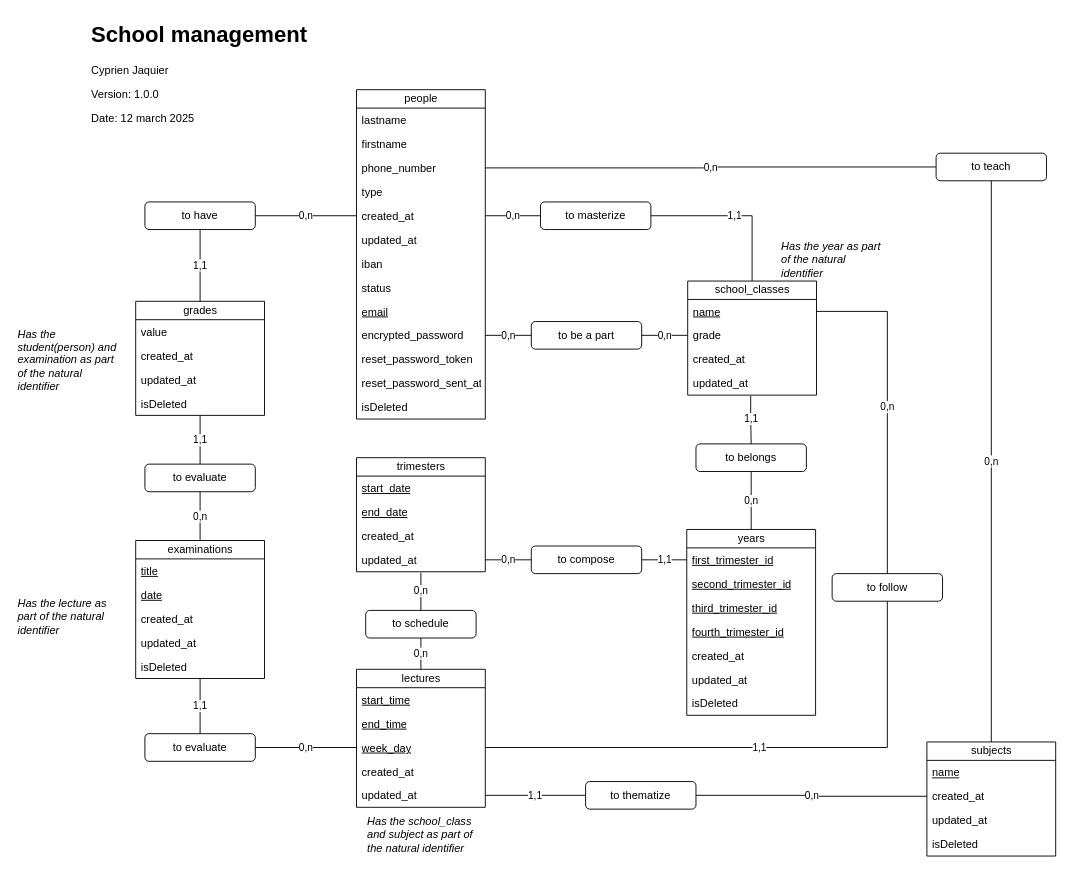
Earlier version of the draw.io diagram doc/CURRENT_DB/MCD.drawio (Cyprien-png/ROR-School-management). Source tidied: cells renumbered, new cells numbered last; positions are measured from the earlier drawing's top-left corner, leaving out a move shared by most shapes. Both pictures are drawn from the tidied source at 92%, with x=0, y=0 at pixel (16, 16).
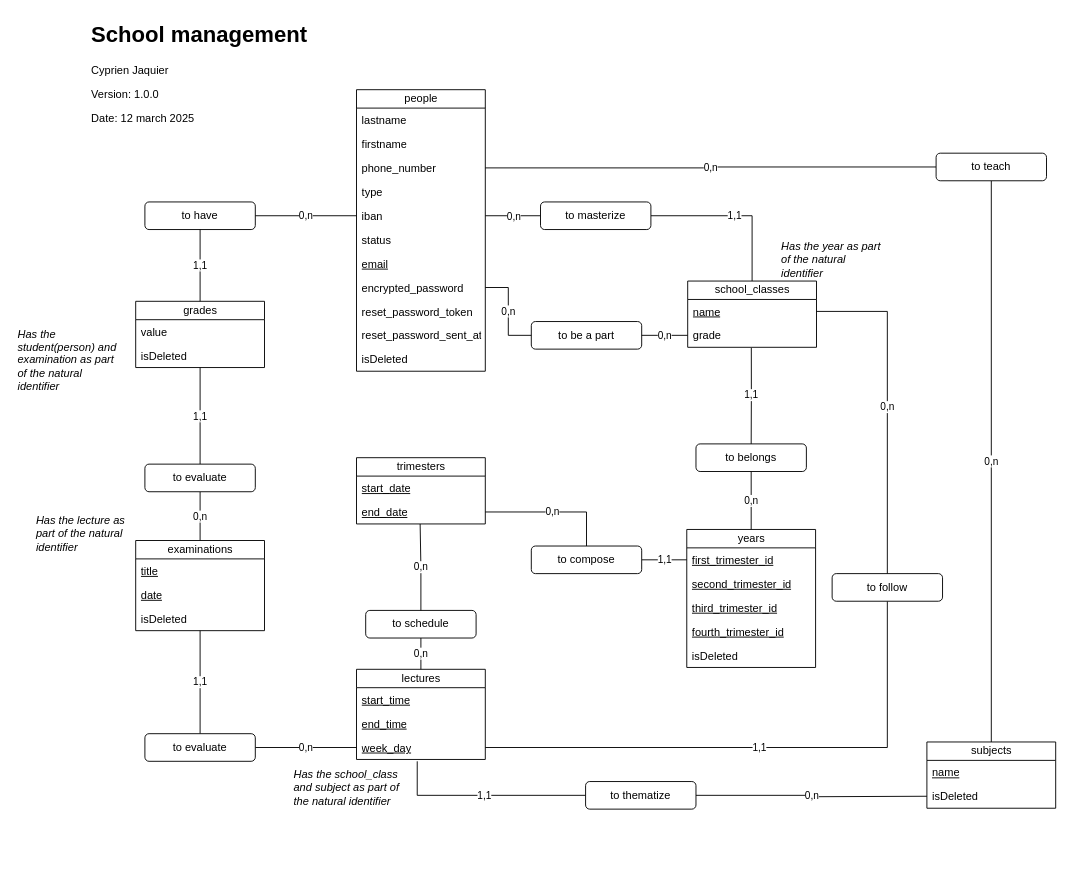
After the change.

Commit message (it also covers changes not shown here):
docs: remove 'created at' and 'updated at' from MCD since it's a business oriented conceptual model

The change refers to these unchanged cells:
```xml
<mxCell id="37" value="grade" style="text;strokeColor=none;fillColor=none;align=left;verticalAlign=top;spacingLeft=4;spacingRight=4;overflow=hidden;points=[[0,0.5],[1,0.5]];portConstraint=eastwest;whiteSpace=wrap;html=1;" parent="35" vertex="1">
  <mxGeometry y="46" width="140" height="26" as="geometry" />
</mxCell>
<mxCell id="47" value="end_date" style="text;strokeColor=none;fillColor=none;align=left;verticalAlign=top;spacingLeft=4;spacingRight=4;overflow=hidden;points=[[0,0.5],[1,0.5]];portConstraint=eastwest;whiteSpace=wrap;html=1;fontStyle=4;" parent="45" vertex="1">
  <mxGeometry y="46" width="140" height="26" as="geometry" />
</mxCell>
<mxCell id="60" value="to masterize" style="rounded=1;whiteSpace=wrap;html=1;" parent="1" vertex="1">
  <mxGeometry x="570" y="202" width="120" height="30" as="geometry" />
</mxCell>
<mxCell id="64" value="to belongs" style="rounded=1;whiteSpace=wrap;html=1;" parent="1" vertex="1">
  <mxGeometry x="739" y="465" width="120" height="30" as="geometry" />
</mxCell>
<mxCell id="67" value="to have" style="rounded=1;whiteSpace=wrap;html=1;" parent="1" vertex="1">
  <mxGeometry x="140" y="202" width="120" height="30" as="geometry" />
</mxCell>
<mxCell id="76" value="to thematize" style="rounded=1;whiteSpace=wrap;html=1;" parent="1" vertex="1">
  <mxGeometry x="619" y="832" width="120" height="30" as="geometry" />
</mxCell>
<mxCell id="81" value="to schedule" style="rounded=1;whiteSpace=wrap;html=1;" parent="1" vertex="1">
  <mxGeometry x="380" y="646" width="120" height="30" as="geometry" />
</mxCell>
<mxCell id="85" value="to compose" style="rounded=1;whiteSpace=wrap;html=1;" parent="1" vertex="1">
  <mxGeometry x="560" y="576" width="120" height="30" as="geometry" />
</mxCell>
```

Change to the diagram source:
```diff
@@
     <mxCell id="2" value="people" style="swimlane;fontStyle=0;horizontal=1;startSize=20;fillColor=none;html=1;" parent="1" vertex="1">
-      <mxGeometry x="370" y="80" width="140" height="358" as="geometry" />
+      <mxGeometry x="370" y="80" width="140" height="306" as="geometry" />
     </mxCell>
@@
-    <mxCell id="7" value="created_at" style="text;strokeColor=none;fillColor=none;align=left;verticalAlign=top;spacingLeft=4;spacingRight=4;overflow=hidden;points=[[0,0.5],[1,0.5]];portConstraint=eastwest;whiteSpace=wrap;html=1;" parent="2" vertex="1">
-      <mxGeometry y="124" width="140" height="26" as="geometry" />
-    </mxCell>
-    <mxCell id="8" value="updated_at" style="text;strokeColor=none;fillColor=none;align=left;verticalAlign=top;spacingLeft=4;spacingRight=4;overflow=hidden;whiteSpace=wrap;html=1;" parent="2" vertex="1">
-      <mxGeometry y="150" width="140" height="26" as="geometry" />
-    </mxCell>
     <mxCell id="9" value="iban" style="text;strokeColor=none;fillColor=none;align=left;verticalAlign=top;spacingLeft=4;spacingRight=4;overflow=hidden;whiteSpace=wrap;html=1;" parent="2" vertex="1">
-      <mxGeometry y="176" width="140" height="26" as="geometry" />
+      <mxGeometry y="124" width="140" height="26" as="geometry" />
     </mxCell>
     <mxCell id="10" value="status" style="text;strokeColor=none;fillColor=none;align=left;verticalAlign=top;spacingLeft=4;spacingRight=4;overflow=hidden;whiteSpace=wrap;html=1;" parent="2" vertex="1">
-      <mxGeometry y="202" width="140" height="26" as="geometry" />
+      <mxGeometry y="150" width="140" height="26" as="geometry" />
     </mxCell>
     <mxCell id="11" value="email" style="text;strokeColor=none;fillColor=none;align=left;verticalAlign=top;spacingLeft=4;spacingRight=4;overflow=hidden;whiteSpace=wrap;html=1;fontStyle=4;" parent="2" vertex="1">
-      <mxGeometry y="228" width="140" height="26" as="geometry" />
+      <mxGeometry y="176" width="140" height="26" as="geometry" />
     </mxCell>
     <mxCell id="12" value="encrypted_password" style="text;strokeColor=none;fillColor=none;align=left;verticalAlign=top;spacingLeft=4;spacingRight=4;overflow=hidden;points=[[0,0.5],[1,0.5]];portConstraint=eastwest;whiteSpace=wrap;html=1;" parent="2" vertex="1">
-      <mxGeometry y="254" width="140" height="26" as="geometry" />
+      <mxGeometry y="202" width="140" height="26" as="geometry" />
     </mxCell>
     <mxCell id="13" value="reset_password_token" style="text;strokeColor=none;fillColor=none;align=left;verticalAlign=top;spacingLeft=4;spacingRight=4;overflow=hidden;whiteSpace=wrap;html=1;" parent="2" vertex="1">
-      <mxGeometry y="280" width="140" height="26" as="geometry" />
+      <mxGeometry y="228" width="140" height="26" as="geometry" />
     </mxCell>
     <mxCell id="14" value="reset_password_sent_at" style="text;strokeColor=none;fillColor=none;align=left;verticalAlign=top;spacingLeft=4;spacingRight=4;overflow=hidden;whiteSpace=wrap;html=1;" parent="2" vertex="1">
-      <mxGeometry y="306" width="140" height="26" as="geometry" />
+      <mxGeometry y="254" width="140" height="26" as="geometry" />
     </mxCell>
     <mxCell id="15" value="isDeleted" style="text;strokeColor=none;fillColor=none;align=left;verticalAlign=top;spacingLeft=4;spacingRight=4;overflow=hidden;whiteSpace=wrap;html=1;" parent="2" vertex="1">
-      <mxGeometry y="332" width="140" height="26" as="geometry" />
+      <mxGeometry y="280" width="140" height="26" as="geometry" />
     </mxCell>
@@
     <mxCell id="17" value="examinations" style="swimlane;fontStyle=0;horizontal=1;startSize=20;fillColor=none;html=1;" parent="1" vertex="1">
-      <mxGeometry x="130" y="570" width="140" height="150" as="geometry" />
+      <mxGeometry x="130" y="570" width="140" height="98" as="geometry" />
     </mxCell>
@@
-    <mxCell id="20" value="created_at" style="text;strokeColor=none;fillColor=none;align=left;verticalAlign=top;spacingLeft=4;spacingRight=4;overflow=hidden;whiteSpace=wrap;html=1;" parent="17" vertex="1">
-      <mxGeometry y="72" width="140" height="26" as="geometry" />
-    </mxCell>
-    <mxCell id="21" value="updated_at" style="text;strokeColor=none;fillColor=none;align=left;verticalAlign=top;spacingLeft=4;spacingRight=4;overflow=hidden;whiteSpace=wrap;html=1;" parent="17" vertex="1">
-      <mxGeometry y="98" width="140" height="26" as="geometry" />
-    </mxCell>
     <mxCell id="22" value="isDeleted" style="text;strokeColor=none;fillColor=none;align=left;verticalAlign=top;spacingLeft=4;spacingRight=4;overflow=hidden;whiteSpace=wrap;html=1;" parent="17" vertex="1">
-      <mxGeometry y="124" width="140" height="26" as="geometry" />
+      <mxGeometry y="72" width="140" height="26" as="geometry" />
     </mxCell>
@@
     <mxCell id="24" value="grades" style="swimlane;fontStyle=0;horizontal=1;startSize=20;fillColor=none;html=1;" parent="1" vertex="1">
-      <mxGeometry x="130" y="310" width="140" height="124" as="geometry" />
+      <mxGeometry x="130" y="310" width="140" height="72" as="geometry" />
     </mxCell>
@@
-    <mxCell id="26" value="created_at" style="text;strokeColor=none;fillColor=none;align=left;verticalAlign=top;spacingLeft=4;spacingRight=4;overflow=hidden;whiteSpace=wrap;html=1;" parent="24" vertex="1">
-      <mxGeometry y="46" width="140" height="26" as="geometry" />
-    </mxCell>
-    <mxCell id="27" value="updated_at" style="text;strokeColor=none;fillColor=none;align=left;verticalAlign=top;spacingLeft=4;spacingRight=4;overflow=hidden;whiteSpace=wrap;html=1;" parent="24" vertex="1">
-      <mxGeometry y="72" width="140" height="26" as="geometry" />
-    </mxCell>
     <mxCell id="28" value="isDeleted" style="text;strokeColor=none;fillColor=none;align=left;verticalAlign=top;spacingLeft=4;spacingRight=4;overflow=hidden;whiteSpace=wrap;html=1;" parent="24" vertex="1">
-      <mxGeometry y="98" width="140" height="26" as="geometry" />
+      <mxGeometry y="46" width="140" height="26" as="geometry" />
     </mxCell>
     <mxCell id="29" value="lectures" style="swimlane;fontStyle=0;horizontal=1;startSize=20;fillColor=none;html=1;" parent="1" vertex="1">
-      <mxGeometry x="370" y="710" width="140" height="150" as="geometry" />
+      <mxGeometry x="370" y="710" width="140" height="98" as="geometry" />
     </mxCell>
@@
-    <mxCell id="33" value="created_at" style="text;strokeColor=none;fillColor=none;align=left;verticalAlign=top;spacingLeft=4;spacingRight=4;overflow=hidden;whiteSpace=wrap;html=1;" parent="29" vertex="1">
-      <mxGeometry y="98" width="140" height="26" as="geometry" />
-    </mxCell>
-    <mxCell id="34" value="updated_at" style="text;strokeColor=none;fillColor=none;align=left;verticalAlign=top;spacingLeft=4;spacingRight=4;overflow=hidden;points=[[0,0.5],[1,0.5]];portConstraint=eastwest;whiteSpace=wrap;html=1;" parent="29" vertex="1">
-      <mxGeometry y="124" width="140" height="26" as="geometry" />
-    </mxCell>
     <mxCell id="35" value="school_classes" style="swimlane;fontStyle=0;horizontal=1;startSize=20;fillColor=none;html=1;" parent="1" vertex="1">
-      <mxGeometry x="730" y="288" width="140" height="124" as="geometry" />
+      <mxGeometry x="730" y="288" width="140" height="72" as="geometry" />
     </mxCell>
@@
-    <mxCell id="38" value="created_at" style="text;strokeColor=none;fillColor=none;align=left;verticalAlign=top;spacingLeft=4;spacingRight=4;overflow=hidden;whiteSpace=wrap;html=1;" parent="35" vertex="1">
-      <mxGeometry y="72" width="140" height="26" as="geometry" />
-    </mxCell>
-    <mxCell id="39" value="updated_at" style="text;strokeColor=none;fillColor=none;align=left;verticalAlign=top;spacingLeft=4;spacingRight=4;overflow=hidden;points=[[0,0.5],[1,0.5]];portConstraint=eastwest;whiteSpace=wrap;html=1;" parent="35" vertex="1">
-      <mxGeometry y="98" width="140" height="26" as="geometry" />
-    </mxCell>
     <mxCell id="40" value="subjects" style="swimlane;fontStyle=0;horizontal=1;startSize=20;fillColor=none;html=1;" parent="1" vertex="1">
-      <mxGeometry x="990" y="789" width="140" height="124" as="geometry" />
+      <mxGeometry x="990" y="789" width="140" height="72" as="geometry" />
     </mxCell>
@@
-    <mxCell id="42" value="created_at" style="text;strokeColor=none;fillColor=none;align=left;verticalAlign=top;spacingLeft=4;spacingRight=4;overflow=hidden;points=[[0,0.5],[1,0.5]];portConstraint=eastwest;whiteSpace=wrap;html=1;" parent="40" vertex="1">
-      <mxGeometry y="46" width="140" height="26" as="geometry" />
-    </mxCell>
-    <mxCell id="43" value="updated_at" style="text;strokeColor=none;fillColor=none;align=left;verticalAlign=top;spacingLeft=4;spacingRight=4;overflow=hidden;whiteSpace=wrap;html=1;" parent="40" vertex="1">
-      <mxGeometry y="72" width="140" height="26" as="geometry" />
-    </mxCell>
     <mxCell id="44" value="isDeleted" style="text;strokeColor=none;fillColor=none;align=left;verticalAlign=top;spacingLeft=4;spacingRight=4;overflow=hidden;whiteSpace=wrap;html=1;" parent="40" vertex="1">
-      <mxGeometry y="98" width="140" height="26" as="geometry" />
+      <mxGeometry y="46" width="140" height="26" as="geometry" />
     </mxCell>
     <mxCell id="45" value="trimesters" style="swimlane;fontStyle=0;horizontal=1;startSize=20;fillColor=none;html=1;" parent="1" vertex="1">
-      <mxGeometry x="370" y="480" width="140" height="124" as="geometry" />
+      <mxGeometry x="370" y="480" width="140" height="72" as="geometry" />
     </mxCell>
@@
-    <mxCell id="48" value="created_at" style="text;strokeColor=none;fillColor=none;align=left;verticalAlign=top;spacingLeft=4;spacingRight=4;overflow=hidden;whiteSpace=wrap;html=1;" parent="45" vertex="1">
-      <mxGeometry y="72" width="140" height="26" as="geometry" />
-    </mxCell>
-    <mxCell id="49" value="updated_at" style="text;strokeColor=none;fillColor=none;align=left;verticalAlign=top;spacingLeft=4;spacingRight=4;overflow=hidden;points=[[0,0.5],[1,0.5]];portConstraint=eastwest;whiteSpace=wrap;html=1;" parent="45" vertex="1">
-      <mxGeometry y="98" width="140" height="26" as="geometry" />
-    </mxCell>
     <mxCell id="50" value="years" style="swimlane;fontStyle=0;horizontal=1;startSize=20;fillColor=none;html=1;" parent="1" vertex="1">
-      <mxGeometry x="729" y="558" width="140" height="202" as="geometry" />
+      <mxGeometry x="729" y="558" width="140" height="150" as="geometry" />
     </mxCell>
@@
-    <mxCell id="55" value="created_at" style="text;strokeColor=none;fillColor=none;align=left;verticalAlign=top;spacingLeft=4;spacingRight=4;overflow=hidden;whiteSpace=wrap;html=1;" parent="50" vertex="1">
-      <mxGeometry y="124" width="140" height="26" as="geometry" />
-    </mxCell>
-    <mxCell id="56" value="updated_at" style="text;strokeColor=none;fillColor=none;align=left;verticalAlign=top;spacingLeft=4;spacingRight=4;overflow=hidden;whiteSpace=wrap;html=1;" parent="50" vertex="1">
-      <mxGeometry y="150" width="140" height="26" as="geometry" />
-    </mxCell>
     <mxCell id="57" value="isDeleted" style="text;strokeColor=none;fillColor=none;align=left;verticalAlign=top;spacingLeft=4;spacingRight=4;overflow=hidden;whiteSpace=wrap;html=1;" parent="50" vertex="1">
-      <mxGeometry y="176" width="140" height="26" as="geometry" />
+      <mxGeometry y="124" width="140" height="26" as="geometry" />
     </mxCell>
-    <mxCell id="58" value="0,n" style="edgeStyle=orthogonalEdgeStyle;rounded=0;jettySize=auto;html=1;entryX=1;entryY=0.5;entryDx=0;entryDy=0;endArrow=none;startFill=0;" parent="1" edge="1" source="60" target="7">
-      <mxGeometry relative="1" as="geometry" />
+    <mxCell id="58" value="0,n" style="edgeStyle=orthogonalEdgeStyle;rounded=0;jettySize=auto;html=1;entryX=1;entryY=0.5;entryDx=0;entryDy=0;endArrow=none;startFill=0;" parent="1" edge="1" source="60">
+      <mxGeometry relative="1" as="geometry">
+        <mxPoint x="510" y="217" as="targetPoint" />
+      </mxGeometry>
     </mxCell>
@@
-    <mxCell id="65" value="1,1" style="edgeStyle=orthogonalEdgeStyle;rounded=0;jettySize=auto;html=1;entryX=0.5;entryY=0;entryDx=0;entryDy=0;endArrow=none;startFill=0;exitX=0.489;exitY=1.034;exitDx=0;exitDy=0;exitPerimeter=0;" parent="1" edge="1" source="39" target="64">
+    <mxCell id="65" value="1,1" style="edgeStyle=orthogonalEdgeStyle;rounded=0;jettySize=auto;html=1;entryX=0.5;entryY=0;entryDx=0;entryDy=0;endArrow=none;startFill=0;exitX=0.494;exitY=1.022;exitDx=0;exitDy=0;exitPerimeter=0;" parent="1" edge="1" source="37" target="64">
       <mxGeometry relative="1" as="geometry" />
     </mxCell>
@@
-    <mxCell id="68" value="0,n" style="edgeStyle=orthogonalEdgeStyle;rounded=0;jettySize=auto;html=1;entryX=0;entryY=0.5;entryDx=0;entryDy=0;endArrow=none;startFill=0;exitX=1;exitY=0.5;exitDx=0;exitDy=0;" parent="1" edge="1" source="67" target="7">
-      <mxGeometry relative="1" as="geometry" />
+    <mxCell id="68" value="0,n" style="edgeStyle=orthogonalEdgeStyle;rounded=0;jettySize=auto;html=1;entryX=0;entryY=0.5;entryDx=0;entryDy=0;endArrow=none;startFill=0;exitX=1;exitY=0.5;exitDx=0;exitDy=0;" parent="1" edge="1" source="67">
+      <mxGeometry relative="1" as="geometry">
+        <mxPoint x="370" y="217" as="targetPoint" />
+      </mxGeometry>
     </mxCell>
@@
-    <mxCell id="74" value="0,n" style="edgeStyle=orthogonalEdgeStyle;rounded=0;jettySize=auto;html=1;entryX=0;entryY=0.5;entryDx=0;entryDy=0;exitX=1;exitY=0.5;exitDx=0;exitDy=0;endArrow=none;startFill=0;" parent="1" edge="1" source="76" target="42">
-      <mxGeometry relative="1" as="geometry" />
+    <mxCell id="74" value="0,n" style="edgeStyle=orthogonalEdgeStyle;rounded=0;jettySize=auto;html=1;entryX=0;entryY=0.5;entryDx=0;entryDy=0;exitX=1;exitY=0.5;exitDx=0;exitDy=0;endArrow=none;startFill=0;" parent="1" edge="1" source="76">
+      <mxGeometry relative="1" as="geometry">
+        <mxPoint x="990" y="848" as="targetPoint" />
+      </mxGeometry>
     </mxCell>
-    <mxCell id="75" value="1,1" style="edgeStyle=orthogonalEdgeStyle;rounded=0;jettySize=auto;html=1;entryX=1;entryY=0.5;entryDx=0;entryDy=0;endArrow=none;startFill=0;" parent="1" edge="1" source="76" target="34">
-      <mxGeometry relative="1" as="geometry" />
+    <mxCell id="75" value="1,1" style="edgeStyle=orthogonalEdgeStyle;rounded=0;jettySize=auto;html=1;endArrow=none;startFill=0;" parent="1" edge="1" source="76">
+      <mxGeometry relative="1" as="geometry">
+        <mxPoint x="436" y="810" as="targetPoint" />
+        <Array as="points">
+          <mxPoint x="436" y="847" />
+        </Array>
+      </mxGeometry>
     </mxCell>
@@
-    <mxCell id="82" value="0,n" style="edgeStyle=orthogonalEdgeStyle;rounded=0;jettySize=auto;html=1;entryX=0.5;entryY=1.036;entryDx=0;entryDy=0;entryPerimeter=0;endArrow=none;startFill=0;" parent="1" edge="1" source="81" target="49">
+    <mxCell id="82" value="0,n" style="edgeStyle=orthogonalEdgeStyle;rounded=0;jettySize=auto;html=1;entryX=0.494;entryY=1.003;entryDx=0;entryDy=0;entryPerimeter=0;endArrow=none;startFill=0;" parent="1" edge="1" source="81" target="47">
       <mxGeometry relative="1" as="geometry" />
     </mxCell>
@@
-    <mxCell id="84" value="0,n" style="edgeStyle=orthogonalEdgeStyle;rounded=0;jettySize=auto;html=1;entryX=1;entryY=0.5;entryDx=0;entryDy=0;endArrow=none;startFill=0;" parent="1" edge="1" source="85" target="49">
+    <mxCell id="84" value="0,n" style="edgeStyle=orthogonalEdgeStyle;rounded=0;jettySize=auto;html=1;entryX=1;entryY=0.5;entryDx=0;entryDy=0;endArrow=none;startFill=0;" parent="1" edge="1" source="85" target="47">
       <mxGeometry relative="1" as="geometry" />
     </mxCell>
@@
     <mxCell id="90" value="Has the lecture as part of the natural identifier" style="text;html=1;align=left;verticalAlign=middle;whiteSpace=wrap;rounded=0;fontStyle=2;" parent="1" vertex="1">
-      <mxGeometry y="630" width="120" height="46" as="geometry" />
+      <mxGeometry x="20" y="540" width="120" height="46" as="geometry" />
     </mxCell>
@@
     <mxCell id="93" value="Has the school_class and subject as part of the natural identifier" style="text;html=1;align=left;verticalAlign=middle;whiteSpace=wrap;rounded=0;fontStyle=2;" parent="1" vertex="1">
-      <mxGeometry x="380" y="867" width="120" height="46" as="geometry" />
+      <mxGeometry x="300" y="816" width="120" height="46" as="geometry" />
     </mxCell>
```
